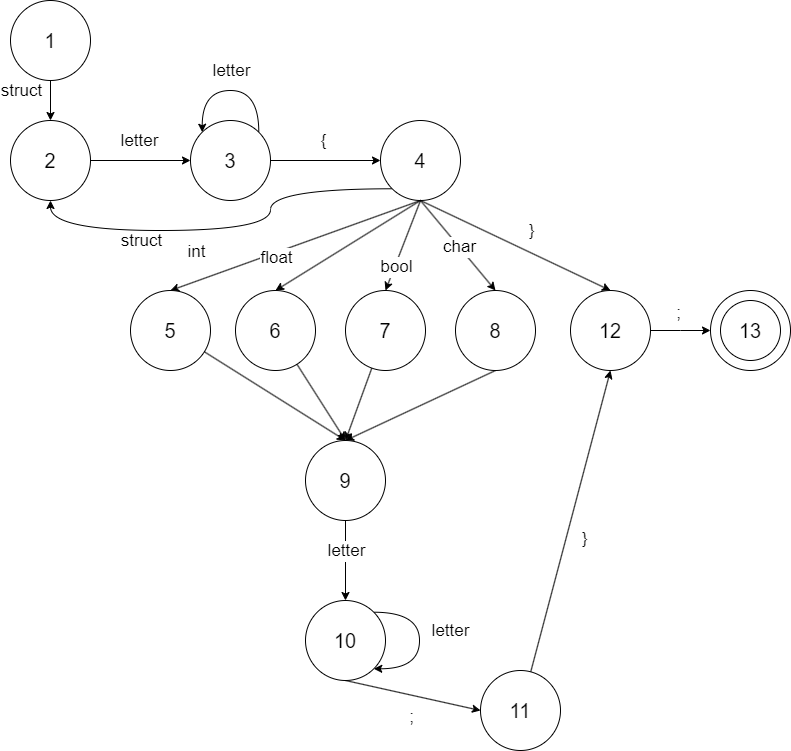
Above: Resources/StateMachine.png in Artruff/CSharpTFLLab (draw.io), before the change. Source tidied: cells renumbered, new cells last; positions are measured from the earlier drawing's top-left corner, leaving out a move shared by most shapes. Its diagram source:
```xml
<mxGraphModel>
  <root>
    <mxCell id="0" />
    <mxCell id="1" parent="0" />
    <mxCell id="2" value="&lt;font style=&quot;font-size: 20px;&quot;&gt;1&lt;/font&gt;" style="ellipse;whiteSpace=wrap;html=1;" parent="1" vertex="1">
      <mxGeometry width="80" height="80" as="geometry" />
    </mxCell>
    <mxCell id="3" value="&lt;font style=&quot;font-size: 20px;&quot;&gt;2&lt;/font&gt;" style="ellipse;whiteSpace=wrap;html=1;" parent="1" vertex="1">
      <mxGeometry y="120" width="80" height="80" as="geometry" />
    </mxCell>
    <mxCell id="4" value="&lt;font style=&quot;font-size: 20px;&quot;&gt;3&lt;/font&gt;" style="ellipse;whiteSpace=wrap;html=1;" parent="1" vertex="1">
      <mxGeometry x="180" y="120" width="80" height="80" as="geometry" />
    </mxCell>
    <mxCell id="5" style="rounded=0;jettySize=auto;html=1;exitX=0.5;exitY=1;exitDx=0;exitDy=0;entryX=0.5;entryY=0;entryDx=0;entryDy=0;" parent="1" edge="1" source="9" target="23">
      <mxGeometry relative="1" as="geometry" />
    </mxCell>
    <mxCell id="6" style="rounded=0;jettySize=auto;html=1;exitX=0.5;exitY=1;exitDx=0;exitDy=0;entryX=0.5;entryY=0;entryDx=0;entryDy=0;" parent="1" edge="1" source="9" target="25">
      <mxGeometry relative="1" as="geometry" />
    </mxCell>
    <mxCell id="7" style="edgeStyle=orthogonalEdgeStyle;rounded=0;jettySize=auto;html=1;exitX=0;exitY=1;exitDx=0;exitDy=0;entryX=0.5;entryY=1;entryDx=0;entryDy=0;curved=1;" parent="1" edge="1" source="9" target="3">
      <mxGeometry relative="1" as="geometry">
        <Array as="points">
          <mxPoint x="260" y="188" />
          <mxPoint x="260" y="230" />
          <mxPoint x="40" y="230" />
        </Array>
      </mxGeometry>
    </mxCell>
    <mxCell id="8" style="rounded=0;jettySize=auto;html=1;entryX=0.5;entryY=0;entryDx=0;entryDy=0;exitX=0.5;exitY=1;exitDx=0;exitDy=0;" parent="1" edge="1" source="9" target="44">
      <mxGeometry relative="1" as="geometry" />
    </mxCell>
    <mxCell id="9" value="&lt;font style=&quot;font-size: 20px;&quot;&gt;4&lt;/font&gt;" style="ellipse;whiteSpace=wrap;html=1;" parent="1" vertex="1">
      <mxGeometry x="370" y="120" width="80" height="80" as="geometry" />
    </mxCell>
    <mxCell id="10" style="endArrow=classic;html=1;rounded=0;exitX=0.5;exitY=1;exitDx=0;exitDy=0;entryX=0.5;entryY=0;entryDx=0;entryDy=0;" parent="1" edge="1" source="2" target="3">
      <mxGeometry relative="1" as="geometry" />
    </mxCell>
    <mxCell id="11" value="&lt;font style=&quot;font-size: 17px;&quot;&gt;struct&lt;/font&gt;" style="edgeLabel;html=1;align=center;verticalAlign=middle;" parent="10" vertex="1">
      <mxGeometry x="-0.08" y="-2" relative="1" as="geometry">
        <mxPoint x="-28" y="-8" as="offset" />
      </mxGeometry>
    </mxCell>
    <mxCell id="12" style="endArrow=classic;html=1;rounded=0;exitX=1;exitY=0.5;exitDx=0;exitDy=0;entryX=0;entryY=0.5;entryDx=0;entryDy=0;" parent="1" edge="1" source="3" target="4">
      <mxGeometry relative="1" as="geometry" />
    </mxCell>
    <mxCell id="13" value="&lt;font style=&quot;font-size: 17px;&quot;&gt;letter&lt;/font&gt;" style="edgeLabel;html=1;align=center;verticalAlign=middle;" parent="12" vertex="1">
      <mxGeometry x="-0.04" y="-1" relative="1" as="geometry">
        <mxPoint y="-21" as="offset" />
      </mxGeometry>
    </mxCell>
    <mxCell id="14" style="endArrow=classic;html=1;rounded=0;exitX=1;exitY=0.5;exitDx=0;exitDy=0;entryX=0;entryY=0.5;entryDx=0;entryDy=0;" parent="1" edge="1" source="4" target="9">
      <mxGeometry relative="1" as="geometry" />
    </mxCell>
    <mxCell id="15" value="&lt;font style=&quot;font-size: 17px;&quot;&gt;{&lt;/font&gt;" style="edgeLabel;html=1;align=center;verticalAlign=middle;" parent="14" vertex="1">
      <mxGeometry x="-0.05" y="3" relative="1" as="geometry">
        <mxPoint y="-17" as="offset" />
      </mxGeometry>
    </mxCell>
    <mxCell id="16" style="endArrow=classic;html=1;rounded=0;exitX=0.5;exitY=1;exitDx=0;exitDy=0;entryX=0.5;entryY=0;entryDx=0;entryDy=0;" parent="1" edge="1" source="9" target="19">
      <mxGeometry relative="1" as="geometry" />
    </mxCell>
    <mxCell id="17" style="edgeStyle=orthogonalEdgeStyle;rounded=0;orthogonalLoop=1;jettySize=auto;html=1;exitX=1;exitY=0;exitDx=0;exitDy=0;entryX=0;entryY=0;entryDx=0;entryDy=0;curved=1;" parent="1" edge="1" source="4" target="4">
      <mxGeometry relative="1" as="geometry">
        <Array as="points">
          <mxPoint x="248" y="90" />
          <mxPoint x="192" y="90" />
        </Array>
      </mxGeometry>
    </mxCell>
    <mxCell id="18" style="rounded=0;jettySize=auto;html=1;entryX=0.5;entryY=0;entryDx=0;entryDy=0;" parent="1" edge="1" source="19" target="33">
      <mxGeometry relative="1" as="geometry" />
    </mxCell>
    <mxCell id="19" value="&lt;font style=&quot;font-size: 20px;&quot;&gt;5&lt;/font&gt;" style="ellipse;whiteSpace=wrap;html=1;" parent="1" vertex="1">
      <mxGeometry x="120" y="290" width="80" height="80" as="geometry" />
    </mxCell>
    <mxCell id="20" style="rounded=0;jettySize=auto;html=1;" parent="1" edge="1" source="21">
      <mxGeometry relative="1" as="geometry">
        <mxPoint x="335" y="440" as="targetPoint" />
      </mxGeometry>
    </mxCell>
    <mxCell id="21" value="&lt;font style=&quot;font-size: 20px;&quot;&gt;6&lt;/font&gt;" style="ellipse;whiteSpace=wrap;html=1;" parent="1" vertex="1">
      <mxGeometry x="225" y="290" width="80" height="80" as="geometry" />
    </mxCell>
    <mxCell id="22" style="rounded=0;jettySize=auto;html=1;entryX=0.5;entryY=0;entryDx=0;entryDy=0;" parent="1" edge="1" source="23" target="33">
      <mxGeometry relative="1" as="geometry" />
    </mxCell>
    <mxCell id="23" value="&lt;font style=&quot;font-size: 20px;&quot;&gt;7&lt;/font&gt;" style="ellipse;whiteSpace=wrap;html=1;" parent="1" vertex="1">
      <mxGeometry x="335" y="290" width="80" height="80" as="geometry" />
    </mxCell>
    <mxCell id="24" style="rounded=0;jettySize=auto;html=1;exitX=0.5;exitY=1;exitDx=0;exitDy=0;" parent="1" edge="1" source="25">
      <mxGeometry relative="1" as="geometry">
        <mxPoint x="335" y="440" as="targetPoint" />
      </mxGeometry>
    </mxCell>
    <mxCell id="25" value="&lt;font style=&quot;font-size: 20px;&quot;&gt;8&lt;/font&gt;" style="ellipse;whiteSpace=wrap;html=1;" parent="1" vertex="1">
      <mxGeometry x="445" y="290" width="80" height="80" as="geometry" />
    </mxCell>
    <mxCell id="26" style="endArrow=classic;html=1;rounded=0;exitX=0.5;exitY=1;exitDx=0;exitDy=0;entryX=0.5;entryY=0;entryDx=0;entryDy=0;" parent="1" edge="1" source="9" target="21">
      <mxGeometry relative="1" as="geometry" />
    </mxCell>
    <mxCell id="27" value="&lt;font style=&quot;font-size: 17px;&quot;&gt;letter&lt;/font&gt;" style="edgeLabel;html=1;align=center;verticalAlign=middle;" parent="1" vertex="1">
      <mxGeometry x="220" y="70" as="geometry" />
    </mxCell>
    <mxCell id="28" value="&lt;font style=&quot;font-size: 17px;&quot;&gt;int&lt;/font&gt;" style="edgeLabel;html=1;align=center;verticalAlign=middle;" parent="1" vertex="1">
      <mxGeometry x="185" y="250" as="geometry">
        <mxPoint y="1" as="offset" />
      </mxGeometry>
    </mxCell>
    <mxCell id="29" value="&lt;font style=&quot;font-size: 17px;&quot;&gt;float&lt;/font&gt;" style="edgeLabel;html=1;align=center;verticalAlign=middle;" parent="1" vertex="1">
      <mxGeometry x="265" y="260" as="geometry">
        <mxPoint y="-3" as="offset" />
      </mxGeometry>
    </mxCell>
    <mxCell id="30" value="&lt;font style=&quot;font-size: 17px;&quot;&gt;bool&lt;/font&gt;" style="edgeLabel;html=1;align=center;verticalAlign=middle;" parent="1" vertex="1">
      <mxGeometry x="245" y="280" as="geometry">
        <mxPoint x="140" y="-14" as="offset" />
      </mxGeometry>
    </mxCell>
    <mxCell id="31" value="&lt;font style=&quot;font-size: 17px;&quot;&gt;char&lt;/font&gt;" style="edgeLabel;html=1;align=center;verticalAlign=middle;" parent="1" vertex="1">
      <mxGeometry x="455" y="230" as="geometry">
        <mxPoint x="-7" y="16" as="offset" />
      </mxGeometry>
    </mxCell>
    <mxCell id="32" value="&lt;font style=&quot;font-size: 17px;&quot;&gt;struct&lt;/font&gt;" style="edgeLabel;html=1;align=center;verticalAlign=middle;" parent="1" vertex="1">
      <mxGeometry x="130" y="240" as="geometry" />
    </mxCell>
    <mxCell id="33" value="&lt;font style=&quot;font-size: 20px;&quot;&gt;9&lt;/font&gt;" style="ellipse;whiteSpace=wrap;html=1;" parent="1" vertex="1">
      <mxGeometry x="295" y="440" width="80" height="80" as="geometry" />
    </mxCell>
    <mxCell id="34" style="rounded=0;jettySize=auto;html=1;entryX=0;entryY=0.5;entryDx=0;entryDy=0;exitX=0.5;exitY=1;exitDx=0;exitDy=0;" parent="1" edge="1" source="35" target="41">
      <mxGeometry relative="1" as="geometry" />
    </mxCell>
    <mxCell id="35" value="&lt;font style=&quot;font-size: 20px;&quot;&gt;10&lt;/font&gt;" style="ellipse;whiteSpace=wrap;html=1;" parent="1" vertex="1">
      <mxGeometry x="295" y="600" width="80" height="80" as="geometry" />
    </mxCell>
    <mxCell id="36" style="endArrow=classic;html=1;rounded=0;exitX=0.5;exitY=1;exitDx=0;exitDy=0;entryX=0.5;entryY=0;entryDx=0;entryDy=0;" parent="1" edge="1" source="33" target="35">
      <mxGeometry relative="1" as="geometry" />
    </mxCell>
    <mxCell id="37" value="&lt;font style=&quot;font-size: 17px;&quot;&gt;letter&lt;/font&gt;" style="edgeLabel;html=1;align=center;verticalAlign=middle;" parent="36" vertex="1">
      <mxGeometry x="-0.04" y="-1" relative="1" as="geometry">
        <mxPoint x="105" y="72" as="offset" />
      </mxGeometry>
    </mxCell>
    <mxCell id="38" style="edgeStyle=orthogonalEdgeStyle;rounded=0;orthogonalLoop=1;jettySize=auto;html=1;exitX=1;exitY=0;exitDx=0;exitDy=0;entryX=1;entryY=1;entryDx=0;entryDy=0;curved=1;" parent="1" edge="1" source="35" target="35">
      <mxGeometry relative="1" as="geometry">
        <Array as="points">
          <mxPoint x="409" y="612" />
          <mxPoint x="409" y="668" />
        </Array>
      </mxGeometry>
    </mxCell>
    <mxCell id="39" value="&lt;font style=&quot;font-size: 17px;&quot;&gt;letter&lt;/font&gt;" style="edgeLabel;html=1;align=center;verticalAlign=middle;" parent="1" vertex="1">
      <mxGeometry x="335" y="550" as="geometry" />
    </mxCell>
    <mxCell id="40" style="rounded=0;jettySize=auto;html=1;entryX=0.5;entryY=1;entryDx=0;entryDy=0;" parent="1" edge="1" source="41" target="44">
      <mxGeometry relative="1" as="geometry" />
    </mxCell>
    <mxCell id="41" value="&lt;font style=&quot;font-size: 20px;&quot;&gt;11&lt;/font&gt;" style="ellipse;whiteSpace=wrap;html=1;" parent="1" vertex="1">
      <mxGeometry x="470" y="670" width="80" height="80" as="geometry" />
    </mxCell>
    <mxCell id="42" value="&lt;font style=&quot;font-size: 17px;&quot;&gt;;&lt;/font&gt;" style="edgeLabel;html=1;align=center;verticalAlign=middle;" parent="1" vertex="1">
      <mxGeometry x="400" y="720" as="geometry">
        <mxPoint y="-4" as="offset" />
      </mxGeometry>
    </mxCell>
    <mxCell id="43" style="edgeStyle=orthogonalEdgeStyle;rounded=0;jettySize=auto;html=1;" parent="1" edge="1" source="44">
      <mxGeometry relative="1" as="geometry">
        <mxPoint x="700" y="330" as="targetPoint" />
      </mxGeometry>
    </mxCell>
    <mxCell id="44" value="&lt;font style=&quot;font-size: 20px;&quot;&gt;12&lt;/font&gt;" style="ellipse;whiteSpace=wrap;html=1;" parent="1" vertex="1">
      <mxGeometry x="560" y="290" width="80" height="80" as="geometry" />
    </mxCell>
    <mxCell id="45" value="&lt;font style=&quot;font-size: 17px;&quot;&gt;}&lt;/font&gt;" style="edgeLabel;html=1;align=center;verticalAlign=middle;" parent="1" vertex="1">
      <mxGeometry x="580" y="540" as="geometry">
        <mxPoint x="-7" y="-2" as="offset" />
      </mxGeometry>
    </mxCell>
    <mxCell id="46" value="&lt;font style=&quot;font-size: 17px;&quot;&gt;}&lt;/font&gt;" style="edgeLabel;html=1;align=center;verticalAlign=middle;" parent="1" vertex="1">
      <mxGeometry x="520" y="230" as="geometry" />
    </mxCell>
    <mxCell id="47" value="&lt;font style=&quot;font-size: 20px;&quot;&gt;13&lt;/font&gt;" style="ellipse;whiteSpace=wrap;html=1;" parent="1" vertex="1">
      <mxGeometry x="700" y="290" width="80" height="80" as="geometry" />
    </mxCell>
    <mxCell id="48" value="&lt;font style=&quot;font-size: 17px;&quot;&gt;;&lt;/font&gt;" style="edgeLabel;html=1;align=center;verticalAlign=middle;" parent="1" vertex="1">
      <mxGeometry x="670" y="310" as="geometry">
        <mxPoint x="-3" y="2" as="offset" />
      </mxGeometry>
    </mxCell>
    <mxCell id="49" value="&lt;font style=&quot;font-size: 20px;&quot;&gt;13&lt;/font&gt;" style="ellipse;whiteSpace=wrap;html=1;" parent="1" vertex="1">
      <mxGeometry x="710" y="300" width="60" height="60" as="geometry" />
    </mxCell>
  </root>
</mxGraphModel>
```
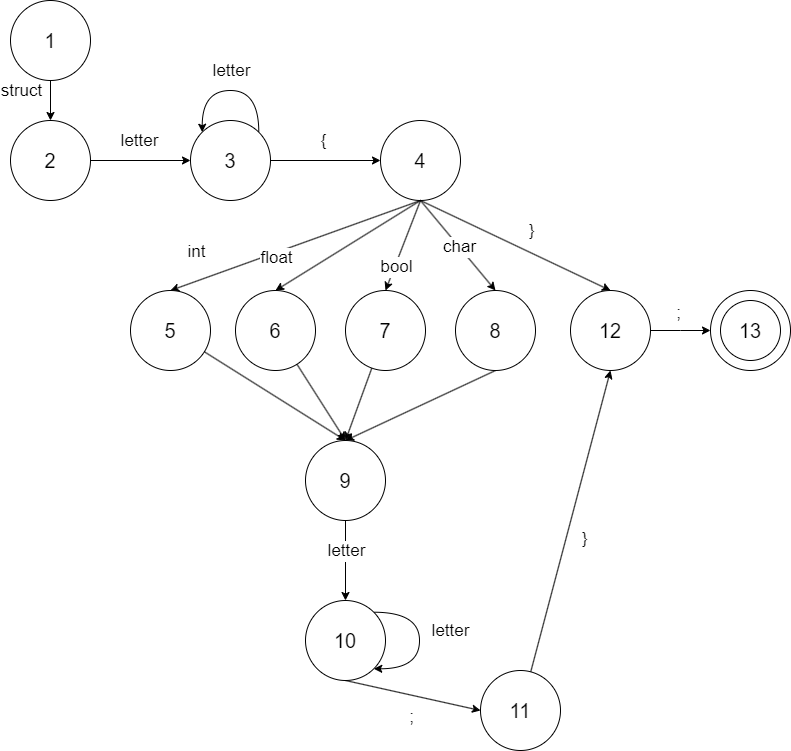
The same diagram one commit later.

What changed in the source:
```diff
@@ -17,15 +17,6 @@
     <mxCell id="6" style="rounded=0;jettySize=auto;html=1;exitX=0.5;exitY=1;exitDx=0;exitDy=0;entryX=0.5;entryY=0;entryDx=0;entryDy=0;" parent="1" edge="1" source="9" target="25">
       <mxGeometry relative="1" as="geometry" />
     </mxCell>
-    <mxCell id="7" style="edgeStyle=orthogonalEdgeStyle;rounded=0;jettySize=auto;html=1;exitX=0;exitY=1;exitDx=0;exitDy=0;entryX=0.5;entryY=1;entryDx=0;entryDy=0;curved=1;" parent="1" edge="1" source="9" target="3">
-      <mxGeometry relative="1" as="geometry">
-        <Array as="points">
-          <mxPoint x="260" y="188" />
-          <mxPoint x="260" y="230" />
-          <mxPoint x="40" y="230" />
-        </Array>
-      </mxGeometry>
-    </mxCell>
     <mxCell id="8" style="rounded=0;jettySize=auto;html=1;entryX=0.5;entryY=0;entryDx=0;entryDy=0;exitX=0.5;exitY=1;exitDx=0;exitDy=0;" parent="1" edge="1" source="9" target="44">
       <mxGeometry relative="1" as="geometry" />
     </mxCell>
@@ -121,9 +112,6 @@
         <mxPoint x="-7" y="16" as="offset" />
       </mxGeometry>
     </mxCell>
-    <mxCell id="32" value="&lt;font style=&quot;font-size: 17px;&quot;&gt;struct&lt;/font&gt;" style="edgeLabel;html=1;align=center;verticalAlign=middle;" parent="1" vertex="1">
-      <mxGeometry x="130" y="240" as="geometry" />
-    </mxCell>
     <mxCell id="33" value="&lt;font style=&quot;font-size: 20px;&quot;&gt;9&lt;/font&gt;" style="ellipse;whiteSpace=wrap;html=1;" parent="1" vertex="1">
       <mxGeometry x="295" y="440" width="80" height="80" as="geometry" />
     </mxCell>
```
